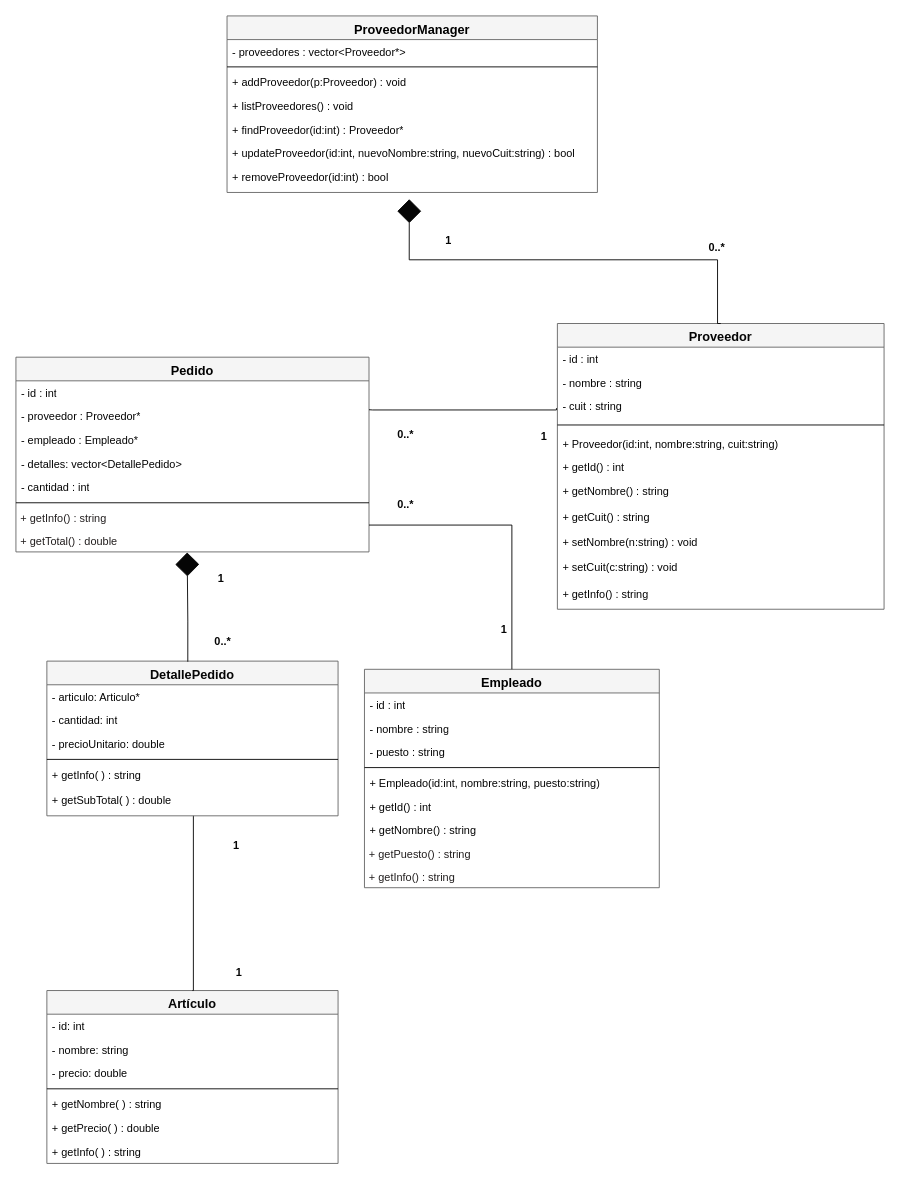
Earlier version of the draw.io diagram uml/diagrama.drawio (JasmineSaavedra28/final). Source tidied: cells renumbered, new cells numbered last; positions are measured from the earlier drawing's top-left corner, leaving out a move shared by most shapes. Both pictures are drawn from the tidied source at 91%, with x=0, y=0 at pixel (15, 15).
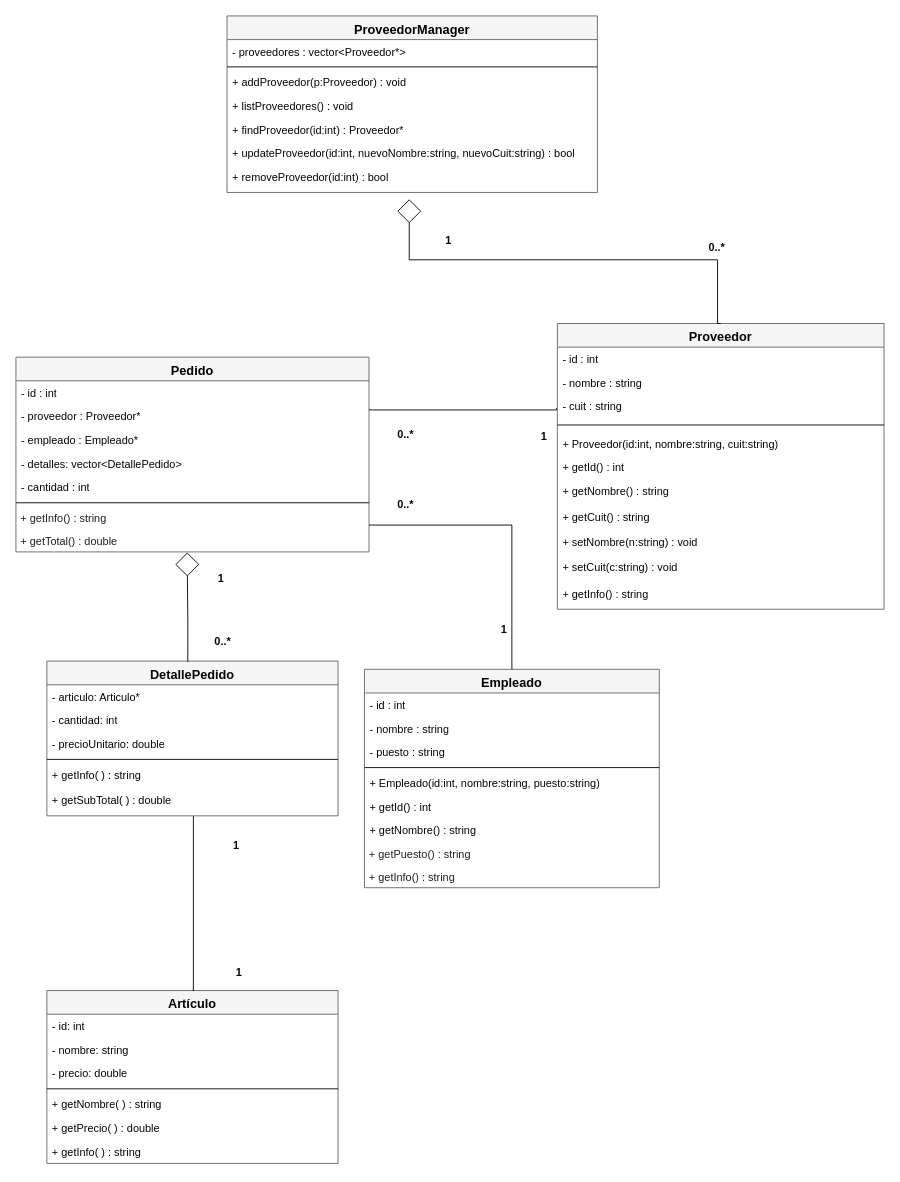
After the change.

The change refers to these unchanged cells:
```xml
<mxCell id="17" value="&lt;div&gt;+ removeProveedor(id:int) : bool&lt;/div&gt;" style="text;strokeColor=none;fillColor=none;align=left;verticalAlign=top;spacingLeft=4;spacingRight=4;overflow=hidden;points=[[0,0.5],[1,0.5]];portConstraint=eastwest;whiteSpace=wrap;html=1;fontColor=#050505;" parent="10" vertex="1">
  <mxGeometry y="164" width="407" height="30" as="geometry" />
</mxCell>
<mxCell id="27" value="&lt;span style=&quot;font-family: Helvetica; font-size: 12px; font-style: normal; font-variant-ligatures: normal; font-variant-caps: normal; font-weight: 400; letter-spacing: normal; orphans: 2; text-align: left; text-indent: 0px; text-transform: none; widows: 2; word-spacing: 0px; -webkit-text-stroke-width: 0px; text-decoration-thickness: initial; text-decoration-style: initial; text-decoration-color: initial; float: none; display: inline !important;&quot;&gt;&amp;nbsp;+ getTotal() : double&lt;/span&gt;" style="text;whiteSpace=wrap;html=1;fontSize=11;fontFamily=Helvetica;fontColor=#231f1f;strokeColor=none;labelBackgroundColor=#FFFFFF;" parent="19" vertex="1">
  <mxGeometry y="189" width="388" height="25" as="geometry" />
</mxCell>
<mxCell id="28" value="&lt;span style=&quot;font-size: 14px;&quot;&gt;Proveedor&lt;/span&gt;" style="swimlane;fontStyle=1;align=center;verticalAlign=top;horizontal=1;startSize=26;whiteSpace=wrap;html=1;strokeColor=#666666;fillColor=#f5f5f5;fontColor=#050505;" parent="1" vertex="1">
  <mxGeometry x="595" y="338" width="359" height="314" as="geometry" />
</mxCell>
<mxCell id="60" value="&lt;span style=&quot;font-size: 14px;&quot;&gt;&lt;font&gt;DetallePedido&lt;/font&gt;&lt;/span&gt;" style="swimlane;fontStyle=1;align=center;verticalAlign=top;horizontal=1;startSize=26;whiteSpace=wrap;html=1;fontColor=#050505;strokeColor=#666666;fillColor=#f5f5f5;" parent="1" vertex="1">
  <mxGeometry x="34" y="709" width="320" height="170" as="geometry" />
</mxCell>
```

What changed in the source:
```diff
@@
-    <mxCell id="41" style="edgeStyle=orthogonalEdgeStyle;shape=connector;rounded=0;html=1;exitX=0.5;exitY=0;exitDx=0;exitDy=0;entryX=0.492;entryY=1.245;entryDx=0;entryDy=0;labelBackgroundColor=default;strokeColor=#050505;fontFamily=Helvetica;fontSize=11;fontColor=#050505;endArrow=diamond;endFill=1;endSize=24;startArrow=none;startFill=0;entryPerimeter=0;" parent="1" edge="1" source="28" target="17">
+    <mxCell id="41" style="edgeStyle=orthogonalEdgeStyle;shape=connector;rounded=0;html=1;exitX=0.5;exitY=0;exitDx=0;exitDy=0;entryX=0.492;entryY=1.245;entryDx=0;entryDy=0;labelBackgroundColor=default;strokeColor=#050505;fontFamily=Helvetica;fontSize=11;fontColor=#050505;endArrow=diamond;endFill=0;endSize=24;startArrow=none;startFill=0;entryPerimeter=0;" parent="1" edge="1" source="28" target="17">
       <mxGeometry relative="1" as="geometry">
         <Array as="points">
           <mxPoint x="771" y="338" />
           <mxPoint x="771" y="268" />
           <mxPoint x="432" y="268" />
         </Array>
       </mxGeometry>
     </mxCell>
@@
-    <mxCell id="67" style="edgeStyle=orthogonalEdgeStyle;shape=connector;rounded=0;html=1;labelBackgroundColor=default;strokeColor=#050505;fontFamily=Helvetica;fontSize=11;fontColor=#050505;endArrow=diamond;endFill=1;endSize=24;startArrow=none;startFill=0;exitX=0.484;exitY=0.004;exitDx=0;exitDy=0;exitPerimeter=0;entryX=0.485;entryY=1.023;entryDx=0;entryDy=0;entryPerimeter=0;" parent="1" edge="1" source="60" target="27">
+    <mxCell id="67" style="edgeStyle=orthogonalEdgeStyle;shape=connector;rounded=0;html=1;labelBackgroundColor=default;strokeColor=#050505;fontFamily=Helvetica;fontSize=11;fontColor=#050505;endArrow=diamond;endFill=0;endSize=24;startArrow=none;startFill=0;exitX=0.484;exitY=0.004;exitDx=0;exitDy=0;exitPerimeter=0;entryX=0.485;entryY=1.023;entryDx=0;entryDy=0;entryPerimeter=0;" parent="1" edge="1" source="60" target="27">
       <mxGeometry relative="1" as="geometry">
         <Array as="points">
           <mxPoint x="189" y="665" />
           <mxPoint x="188" y="665" />
         </Array>
       </mxGeometry>
     </mxCell>
```
